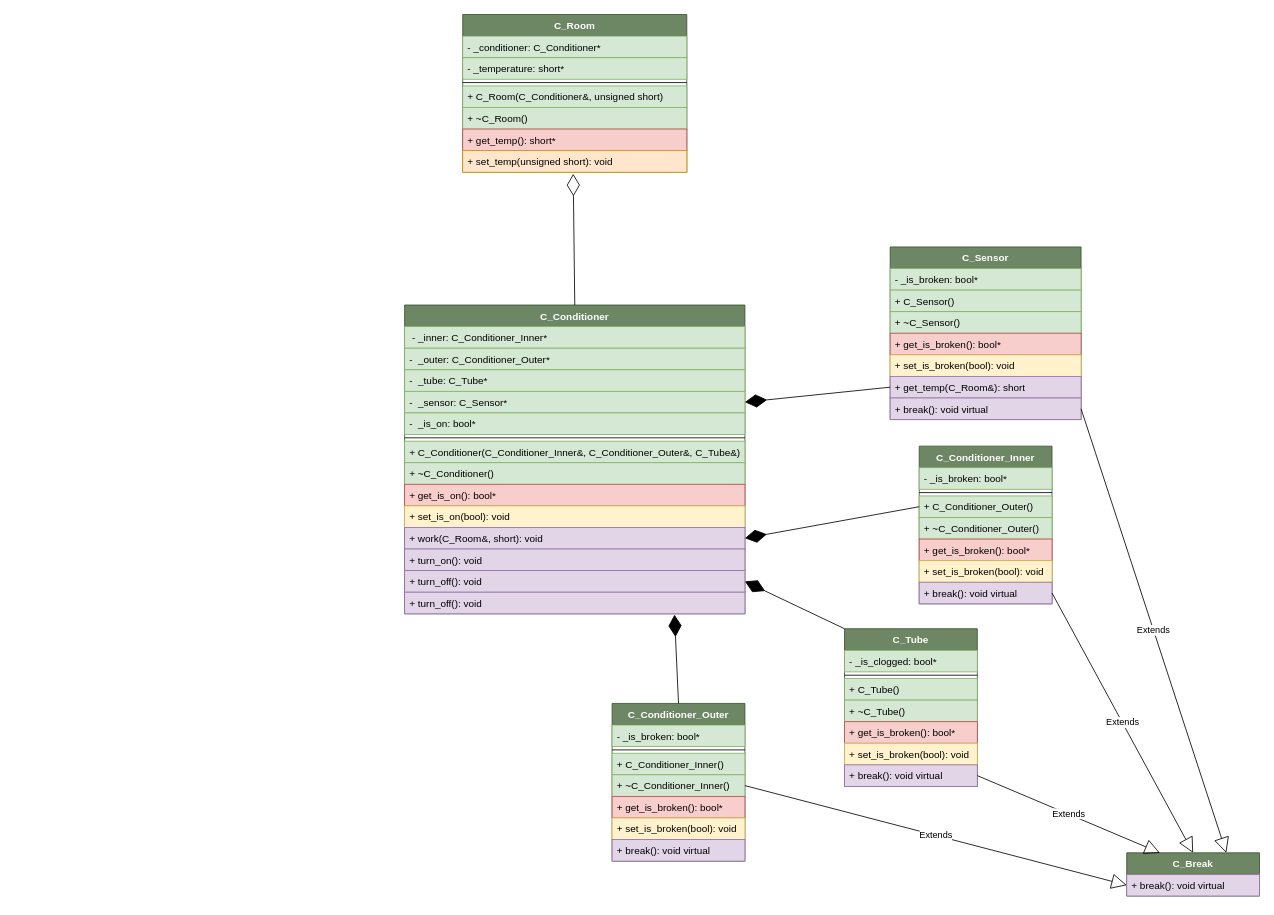
Above: Exam_Classes.drawio in IgorIgnatiev/Drawio (draw.io), before the change. Source tidied: cells renumbered, new cells numbered last; positions are measured from the earlier drawing's top-left corner, leaving out a move shared by most shapes. Both pictures are drawn from the tidied source at 83%, with x=0, y=0 at pixel (404, 14).
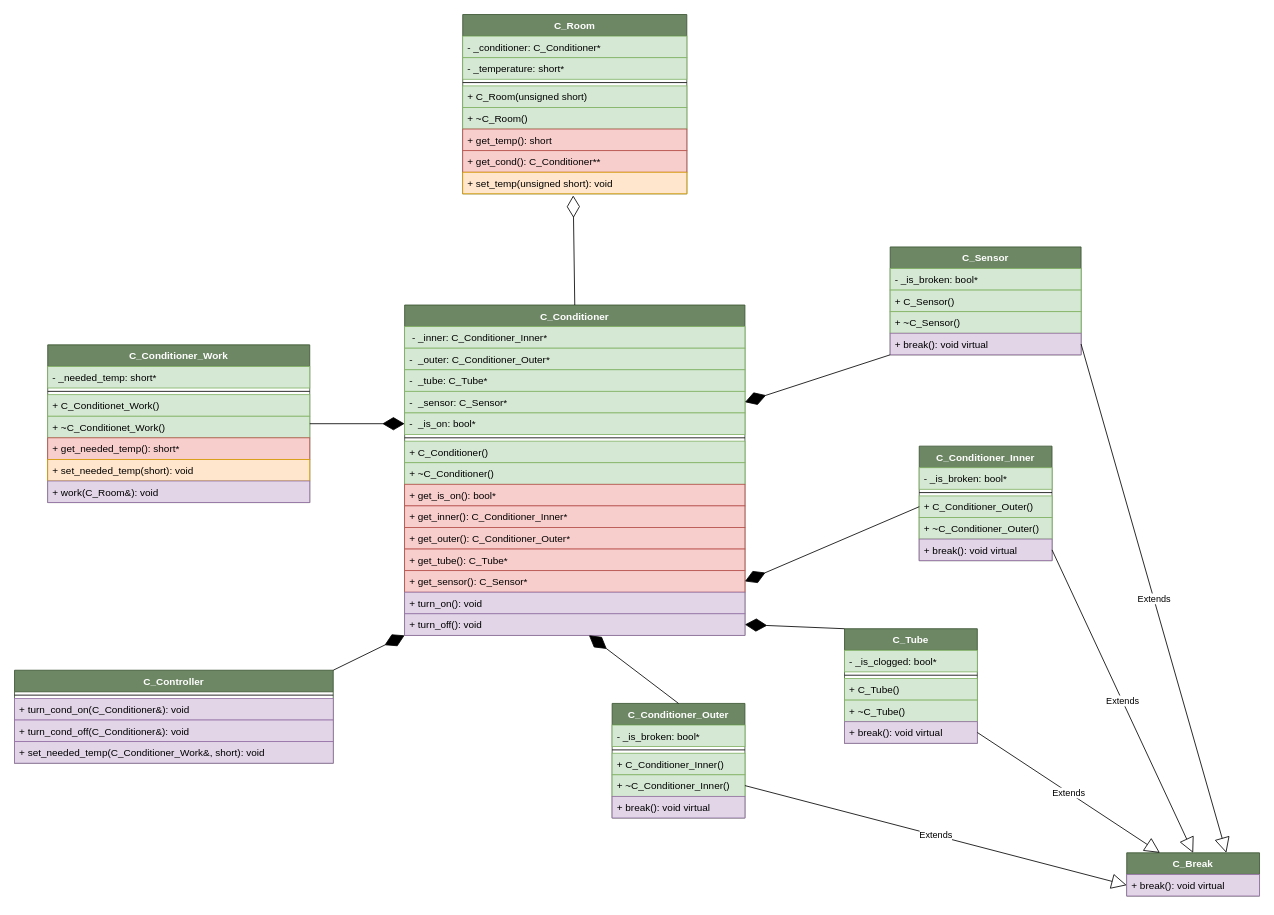
Above is the later version.

Unchanged cells that the change refers to:
```xml
<mxCell id="29" value="+ C_Conditioner_Outer()" style="text;strokeColor=#82b366;fillColor=#d5e8d4;align=left;verticalAlign=top;spacingLeft=4;spacingRight=4;overflow=hidden;points=[[0,0.5],[1,0.5]];portConstraint=eastwest;" parent="26" vertex="1">
  <mxGeometry y="60" width="160" height="26" as="geometry" />
</mxCell>
<mxCell id="46" value="-  _sensor: C_Sensor*" style="text;strokeColor=#82b366;fillColor=#d5e8d4;align=left;verticalAlign=top;spacingLeft=4;spacingRight=4;overflow=hidden;points=[[0,0.5],[1,0.5]];portConstraint=eastwest;" parent="42" vertex="1">
  <mxGeometry y="104" width="410" height="26" as="geometry" />
</mxCell>
<mxCell id="47" value="-  _is_on: bool*" style="text;strokeColor=#82b366;fillColor=#d5e8d4;align=left;verticalAlign=top;spacingLeft=4;spacingRight=4;overflow=hidden;points=[[0,0.5],[1,0.5]];portConstraint=eastwest;" parent="42" vertex="1">
  <mxGeometry y="130" width="410" height="26" as="geometry" />
</mxCell>
```

Diff of the diagram source:
```diff
@@
     <mxCell id="2" value="C_Sensor" style="swimlane;fontStyle=1;align=center;verticalAlign=top;horizontal=1;startSize=26;fillColor=#6d8764;strokeColor=#3A5431;fontColor=#ffffff;" parent="1" vertex="1">
-      <mxGeometry x="585" y="280" width="230" height="208" as="geometry" />
+      <mxGeometry x="585" y="280" width="230" height="130" as="geometry" />
     </mxCell>
@@
-    <mxCell id="6" value="+ get_is_broken(): bool*" style="text;strokeColor=#b85450;fillColor=#f8cecc;align=left;verticalAlign=top;spacingLeft=4;spacingRight=4;overflow=hidden;" parent="2" vertex="1">
-      <mxGeometry y="104" width="230" height="26" as="geometry" />
-    </mxCell>
-    <mxCell id="7" value="+ set_is_broken(bool): void" style="text;strokeColor=#d6b656;fillColor=#fff2cc;align=left;verticalAlign=top;spacingLeft=4;spacingRight=4;overflow=hidden;" parent="2" vertex="1">
-      <mxGeometry y="130" width="230" height="26" as="geometry" />
-    </mxCell>
-    <mxCell id="8" value="+ get_temp(C_Room&amp;): short" style="text;strokeColor=#9673a6;fillColor=#e1d5e7;align=left;verticalAlign=top;spacingLeft=4;spacingRight=4;overflow=hidden;points=[[0,0.5],[1,0.5]];portConstraint=eastwest;" parent="2" vertex="1">
-      <mxGeometry y="156" width="230" height="26" as="geometry" />
-    </mxCell>
     <mxCell id="9" value="+ break(): void virtual" style="text;strokeColor=#9673a6;fillColor=#e1d5e7;align=left;verticalAlign=top;spacingLeft=4;spacingRight=4;overflow=hidden;points=[[0,0.5],[1,0.5]];portConstraint=eastwest;" parent="2" vertex="1">
-      <mxGeometry y="182" width="230" height="26" as="geometry" />
+      <mxGeometry y="104" width="230" height="26" as="geometry" />
     </mxCell>
     <mxCell id="10" value="C_Conditioner_Outer" style="swimlane;fontStyle=1;align=center;verticalAlign=top;horizontal=1;startSize=26;fillColor=#6d8764;strokeColor=#3A5431;fontColor=#ffffff;" parent="1" vertex="1">
-      <mxGeometry x="250" y="830" width="160" height="190" as="geometry" />
+      <mxGeometry x="250" y="830" width="160" height="138" as="geometry" />
     </mxCell>
@@
-    <mxCell id="15" value="+ get_is_broken(): bool*" style="text;strokeColor=#b85450;fillColor=#f8cecc;align=left;verticalAlign=top;spacingLeft=4;spacingRight=4;overflow=hidden;" parent="10" vertex="1">
-      <mxGeometry y="112" width="160" height="26" as="geometry" />
-    </mxCell>
-    <mxCell id="16" value="+ set_is_broken(bool): void" style="text;strokeColor=#d6b656;fillColor=#fff2cc;align=left;verticalAlign=top;spacingLeft=4;spacingRight=4;overflow=hidden;" parent="10" vertex="1">
-      <mxGeometry y="138" width="160" height="26" as="geometry" />
-    </mxCell>
     <mxCell id="17" value="+ break(): void virtual" style="text;strokeColor=#9673a6;fillColor=#e1d5e7;align=left;verticalAlign=top;spacingLeft=4;spacingRight=4;overflow=hidden;" parent="10" vertex="1">
-      <mxGeometry y="164" width="160" height="26" as="geometry" />
+      <mxGeometry y="112" width="160" height="26" as="geometry" />
     </mxCell>
     <mxCell id="18" value="C_Room" style="swimlane;fontStyle=1;align=center;verticalAlign=top;horizontal=1;startSize=26;fillColor=#6d8764;strokeColor=#3A5431;fontColor=#ffffff;" parent="1" vertex="1">
-      <mxGeometry x="70" width="270" height="190" as="geometry" />
+      <mxGeometry x="70" width="270" height="216" as="geometry" />
     </mxCell>
@@
-    <mxCell id="22" value="+ C_Room(C_Conditioner&amp;, unsigned short)" style="text;strokeColor=#82b366;fillColor=#d5e8d4;align=left;verticalAlign=top;spacingLeft=4;spacingRight=4;overflow=hidden;" parent="18" vertex="1">
+    <mxCell id="22" value="+ C_Room(unsigned short)" style="text;strokeColor=#82b366;fillColor=#d5e8d4;align=left;verticalAlign=top;spacingLeft=4;spacingRight=4;overflow=hidden;" parent="18" vertex="1">
       <mxGeometry y="86" width="270" height="26" as="geometry" />
     </mxCell>
@@
-    <mxCell id="24" value="+ get_temp(): short*" style="text;strokeColor=#b85450;fillColor=#f8cecc;align=left;verticalAlign=top;spacingLeft=4;spacingRight=4;overflow=hidden;" parent="18" vertex="1">
+    <mxCell id="24" value="+ get_temp(): short" style="text;strokeColor=#b85450;fillColor=#f8cecc;align=left;verticalAlign=top;spacingLeft=4;spacingRight=4;overflow=hidden;" parent="18" vertex="1">
       <mxGeometry y="138" width="270" height="26" as="geometry" />
     </mxCell>
+    <mxCell id="68" value="+ get_cond(): C_Conditioner**" style="text;strokeColor=#b85450;fillColor=#f8cecc;align=left;verticalAlign=top;spacingLeft=4;spacingRight=4;overflow=hidden;" parent="18" vertex="1">
+      <mxGeometry y="164" width="270" height="26" as="geometry" />
+    </mxCell>
     <mxCell id="25" value="+ set_temp(unsigned short): void" style="text;strokeColor=#d79b00;fillColor=#ffe6cc;align=left;verticalAlign=top;spacingLeft=4;spacingRight=4;overflow=hidden;points=[[0,0.5],[1,0.5]];portConstraint=eastwest;" parent="18" vertex="1">
-      <mxGeometry y="164" width="270" height="26" as="geometry" />
+      <mxGeometry y="190" width="270" height="26" as="geometry" />
     </mxCell>
     <mxCell id="26" value="C_Conditioner_Inner" style="swimlane;fontStyle=1;align=center;verticalAlign=top;horizontal=1;startSize=26;fillColor=#6d8764;strokeColor=#3A5431;fontColor=#ffffff;" parent="1" vertex="1">
-      <mxGeometry x="620" y="520" width="160" height="190" as="geometry" />
+      <mxGeometry x="620" y="520" width="160" height="138" as="geometry" />
     </mxCell>
@@
-    <mxCell id="31" value="+ get_is_broken(): bool*" style="text;strokeColor=#b85450;fillColor=#f8cecc;align=left;verticalAlign=top;spacingLeft=4;spacingRight=4;overflow=hidden;" parent="26" vertex="1">
-      <mxGeometry y="112" width="160" height="26" as="geometry" />
-    </mxCell>
-    <mxCell id="32" value="+ set_is_broken(bool): void" style="text;strokeColor=#d6b656;fillColor=#fff2cc;align=left;verticalAlign=top;spacingLeft=4;spacingRight=4;overflow=hidden;" parent="26" vertex="1">
-      <mxGeometry y="138" width="160" height="26" as="geometry" />
-    </mxCell>
     <mxCell id="33" value="+ break(): void virtual" style="text;strokeColor=#9673a6;fillColor=#e1d5e7;align=left;verticalAlign=top;spacingLeft=4;spacingRight=4;overflow=hidden;points=[[0,0.5],[1,0.5]];portConstraint=eastwest;" parent="26" vertex="1">
-      <mxGeometry y="164" width="160" height="26" as="geometry" />
+      <mxGeometry y="112" width="160" height="26" as="geometry" />
     </mxCell>
     <mxCell id="34" value="C_Tube" style="swimlane;fontStyle=1;align=center;verticalAlign=top;horizontal=1;startSize=26;fillColor=#6d8764;strokeColor=#3A5431;fontColor=#ffffff;" parent="1" vertex="1">
-      <mxGeometry x="530" y="740" width="160" height="190" as="geometry" />
+      <mxGeometry x="530" y="740" width="160" height="138" as="geometry" />
     </mxCell>
@@
-    <mxCell id="39" value="+ get_is_broken(): bool*" style="text;strokeColor=#b85450;fillColor=#f8cecc;align=left;verticalAlign=top;spacingLeft=4;spacingRight=4;overflow=hidden;" parent="34" vertex="1">
-      <mxGeometry y="112" width="160" height="26" as="geometry" />
-    </mxCell>
-    <mxCell id="40" value="+ set_is_broken(bool): void" style="text;strokeColor=#d6b656;fillColor=#fff2cc;align=left;verticalAlign=top;spacingLeft=4;spacingRight=4;overflow=hidden;" parent="34" vertex="1">
-      <mxGeometry y="138" width="160" height="26" as="geometry" />
-    </mxCell>
     <mxCell id="41" value="+ break(): void virtual" style="text;strokeColor=#9673a6;fillColor=#e1d5e7;align=left;verticalAlign=top;spacingLeft=4;spacingRight=4;overflow=hidden;points=[[0,0.5],[1,0.5]];portConstraint=eastwest;" parent="34" vertex="1">
-      <mxGeometry y="164" width="160" height="26" as="geometry" />
+      <mxGeometry y="112" width="160" height="26" as="geometry" />
     </mxCell>
     <mxCell id="42" value="C_Conditioner" style="swimlane;fontStyle=1;align=center;verticalAlign=top;horizontal=1;startSize=26;fillColor=#6d8764;strokeColor=#3A5431;fontColor=#ffffff;" parent="1" vertex="1">
-      <mxGeometry y="350" width="410" height="372" as="geometry" />
+      <mxGeometry y="350" width="410" height="398" as="geometry" />
     </mxCell>
@@
-    <mxCell id="49" value="+ C_Conditioner(C_Conditioner_Inner&amp;, C_Conditioner_Outer&amp;, C_Tube&amp;)" style="text;strokeColor=#82b366;fillColor=#d5e8d4;align=left;verticalAlign=top;spacingLeft=4;spacingRight=4;overflow=hidden;" parent="42" vertex="1">
+    <mxCell id="49" value="+ C_Conditioner()" style="text;strokeColor=#82b366;fillColor=#d5e8d4;align=left;verticalAlign=top;spacingLeft=4;spacingRight=4;overflow=hidden;" parent="42" vertex="1">
       <mxGeometry y="164" width="410" height="26" as="geometry" />
     </mxCell>
@@
-    <mxCell id="52" value="+ set_is_on(bool): void" style="text;strokeColor=#d6b656;fillColor=#fff2cc;align=left;verticalAlign=top;spacingLeft=4;spacingRight=4;overflow=hidden;" parent="42" vertex="1">
-      <mxGeometry y="242" width="410" height="26" as="geometry" />
-    </mxCell>
-    <mxCell id="53" value="+ work(C_Room&amp;, short): void" style="text;strokeColor=#9673a6;fillColor=#e1d5e7;align=left;verticalAlign=top;spacingLeft=4;spacingRight=4;overflow=hidden;points=[[0,0.5],[1,0.5]];portConstraint=eastwest;" parent="42" vertex="1">
-      <mxGeometry y="268" width="410" height="26" as="geometry" />
-    </mxCell>
+    <mxCell id="69" value="+ get_inner(): C_Conditioner_Inner*" style="text;strokeColor=#b85450;fillColor=#f8cecc;align=left;verticalAlign=top;spacingLeft=4;spacingRight=4;overflow=hidden;" parent="42" vertex="1">
+      <mxGeometry y="242" width="410" height="26" as="geometry" />
+    </mxCell>
+    <mxCell id="70" value="+ get_outer(): C_Conditioner_Outer*" style="text;strokeColor=#b85450;fillColor=#f8cecc;align=left;verticalAlign=top;spacingLeft=4;spacingRight=4;overflow=hidden;" parent="42" vertex="1">
+      <mxGeometry y="268" width="410" height="26" as="geometry" />
+    </mxCell>
+    <mxCell id="71" value="+ get_tube(): C_Tube*" style="text;strokeColor=#b85450;fillColor=#f8cecc;align=left;verticalAlign=top;spacingLeft=4;spacingRight=4;overflow=hidden;" parent="42" vertex="1">
+      <mxGeometry y="294" width="410" height="26" as="geometry" />
+    </mxCell>
+    <mxCell id="72" value="+ get_sensor(): C_Sensor*" style="text;strokeColor=#b85450;fillColor=#f8cecc;align=left;verticalAlign=top;spacingLeft=4;spacingRight=4;overflow=hidden;points=[[0,0.5],[1,0.5]];portConstraint=eastwest;" parent="42" vertex="1">
+      <mxGeometry y="320" width="410" height="26" as="geometry" />
+    </mxCell>
     <mxCell id="54" value="+ turn_on(): void" style="text;strokeColor=#9673a6;fillColor=#e1d5e7;align=left;verticalAlign=top;spacingLeft=4;spacingRight=4;overflow=hidden;" parent="42" vertex="1">
-      <mxGeometry y="294" width="410" height="26" as="geometry" />
+      <mxGeometry y="346" width="410" height="26" as="geometry" />
     </mxCell>
     <mxCell id="55" value="+ turn_off(): void" style="text;strokeColor=#9673a6;fillColor=#e1d5e7;align=left;verticalAlign=top;spacingLeft=4;spacingRight=4;overflow=hidden;points=[[0,0.5],[1,0.5]];portConstraint=eastwest;" parent="42" vertex="1">
-      <mxGeometry y="320" width="410" height="26" as="geometry" />
+      <mxGeometry y="372" width="410" height="26" as="geometry" />
     </mxCell>
-    <mxCell id="56" value="+ turn_off(): void" style="text;strokeColor=#9673a6;fillColor=#e1d5e7;align=left;verticalAlign=top;spacingLeft=4;spacingRight=4;overflow=hidden;points=[[0,0.5],[1,0.5]];portConstraint=eastwest;" parent="42" vertex="1">
-      <mxGeometry y="346" width="410" height="26" as="geometry" />
-    </mxCell>
-    <mxCell id="57" style="endArrow=diamondThin;endFill=1;endSize=24;html=1;exitX=0.5;exitY=0;exitDx=0;exitDy=0;entryX=0.793;entryY=1.038;entryDx=0;entryDy=0;entryPerimeter=0;" parent="1" edge="1" source="10" target="56">
+    <mxCell id="57" style="endArrow=diamondThin;endFill=1;endSize=24;html=1;exitX=0.5;exitY=0;exitDx=0;exitDy=0;" parent="1" edge="1" source="10" target="55">
       <mxGeometry relative="1" as="geometry" />
     </mxCell>
@@
-    <mxCell id="59" style="endArrow=diamondThin;endFill=1;endSize=24;html=1;exitX=0;exitY=0.5;exitDx=0;exitDy=0;entryX=1;entryY=0.5;entryDx=0;entryDy=0;" parent="1" edge="1" source="29" target="53">
+    <mxCell id="59" style="endArrow=diamondThin;endFill=1;endSize=24;html=1;exitX=0;exitY=0.5;exitDx=0;exitDy=0;entryX=1;entryY=0.5;entryDx=0;entryDy=0;" parent="1" edge="1" source="29" target="72">
       <mxGeometry relative="1" as="geometry" />
     </mxCell>
@@
-    <mxCell id="65" style="endArrow=diamondThin;endFill=1;endSize=24;html=1;exitX=0;exitY=0.5;exitDx=0;exitDy=0;entryX=1;entryY=0.5;entryDx=0;entryDy=0;" parent="1" edge="1" source="8" target="46">
+    <mxCell id="65" style="endArrow=diamondThin;endFill=1;endSize=24;html=1;exitX=0;exitY=1;exitDx=0;exitDy=0;entryX=1;entryY=0.5;entryDx=0;entryDy=0;" parent="1" edge="1" source="2" target="46">
       <mxGeometry relative="1" as="geometry" />
     </mxCell>
@@
+    <mxCell id="73" value="C_Conditioner_Work" style="swimlane;fontStyle=1;align=center;verticalAlign=top;horizontal=1;startSize=26;fillColor=#6d8764;strokeColor=#3A5431;fontColor=#ffffff;" parent="1" vertex="1">
+      <mxGeometry x="-430" y="398" width="315.7" height="190" as="geometry" />
+    </mxCell>
+    <mxCell id="74" value="- _needed_temp: short*" style="text;strokeColor=#82b366;fillColor=#d5e8d4;align=left;verticalAlign=top;spacingLeft=4;spacingRight=4;overflow=hidden;" parent="73" vertex="1">
+      <mxGeometry y="26" width="315.7" height="26" as="geometry" />
+    </mxCell>
+    <mxCell id="75" style="line;strokeWidth=1;fillColor=none;align=left;verticalAlign=middle;spacingTop=-1;spacingLeft=3;spacingRight=3;labelPosition=right;" parent="73" vertex="1">
+      <mxGeometry y="52" width="315.7" height="8" as="geometry" />
+    </mxCell>
+    <mxCell id="76" value="+ C_Conditionet_Work()" style="text;strokeColor=#82b366;fillColor=#d5e8d4;align=left;verticalAlign=top;spacingLeft=4;spacingRight=4;overflow=hidden;" parent="73" vertex="1">
+      <mxGeometry y="60" width="315.7" height="26" as="geometry" />
+    </mxCell>
+    <mxCell id="77" value="+ ~C_Conditionet_Work()" style="text;strokeColor=#82b366;fillColor=#d5e8d4;align=left;verticalAlign=top;spacingLeft=4;spacingRight=4;overflow=hidden;" parent="73" vertex="1">
+      <mxGeometry y="86" width="315.7" height="26" as="geometry" />
+    </mxCell>
+    <mxCell id="78" value="+ get_needed_temp(): short*" style="text;strokeColor=#b85450;fillColor=#f8cecc;align=left;verticalAlign=top;spacingLeft=4;spacingRight=4;overflow=hidden;" parent="73" vertex="1">
+      <mxGeometry y="112" width="315.7" height="26" as="geometry" />
+    </mxCell>
+    <mxCell id="79" value="+ set_needed_temp(short): void" style="text;strokeColor=#d79b00;fillColor=#ffe6cc;align=left;verticalAlign=top;spacingLeft=4;spacingRight=4;overflow=hidden;" parent="73" vertex="1">
+      <mxGeometry y="138" width="315.7" height="26" as="geometry" />
+    </mxCell>
+    <mxCell id="80" value="+ work(C_Room&amp;): void" style="text;strokeColor=#9673a6;fillColor=#e1d5e7;align=left;verticalAlign=top;spacingLeft=4;spacingRight=4;overflow=hidden;" parent="73" vertex="1">
+      <mxGeometry y="164" width="315.7" height="26" as="geometry" />
+    </mxCell>
+    <mxCell id="81" style="endArrow=diamondThin;endFill=1;endSize=24;html=1;exitX=1;exitY=0.5;exitDx=0;exitDy=0;entryX=0;entryY=0.5;entryDx=0;entryDy=0;" parent="1" edge="1" source="73" target="47">
+      <mxGeometry relative="1" as="geometry" />
+    </mxCell>
+    <mxCell id="82" value="C_Controller" style="swimlane;fontStyle=1;align=center;verticalAlign=top;horizontal=1;startSize=26;fillColor=#6d8764;strokeColor=#3A5431;fontColor=#ffffff;" parent="1" vertex="1">
+      <mxGeometry x="-470" y="790" width="384" height="112" as="geometry" />
+    </mxCell>
+    <mxCell id="83" style="line;strokeWidth=1;fillColor=none;align=left;verticalAlign=middle;spacingTop=-1;spacingLeft=3;spacingRight=3;labelPosition=right;" parent="82" vertex="1">
+      <mxGeometry y="26" width="384" height="8" as="geometry" />
+    </mxCell>
+    <mxCell id="84" value="+ turn_cond_on(C_Conditioner&amp;): void" style="text;strokeColor=#9673a6;fillColor=#e1d5e7;align=left;verticalAlign=top;spacingLeft=4;spacingRight=4;overflow=hidden;" parent="82" vertex="1">
+      <mxGeometry y="34" width="384" height="26" as="geometry" />
+    </mxCell>
+    <mxCell id="85" value="+ turn_cond_off(C_Conditioner&amp;): void" style="text;strokeColor=#9673a6;fillColor=#e1d5e7;align=left;verticalAlign=top;spacingLeft=4;spacingRight=4;overflow=hidden;" parent="82" vertex="1">
+      <mxGeometry y="60" width="384" height="26" as="geometry" />
+    </mxCell>
+    <mxCell id="86" value="+ set_needed_temp(C_Conditioner_Work&amp;, short): void" style="text;strokeColor=#9673a6;fillColor=#e1d5e7;align=left;verticalAlign=top;spacingLeft=4;spacingRight=4;overflow=hidden;" parent="82" vertex="1">
+      <mxGeometry y="86" width="384" height="26" as="geometry" />
+    </mxCell>
+    <mxCell id="87" style="endArrow=diamondThin;endFill=1;endSize=24;html=1;exitX=1;exitY=0;exitDx=0;exitDy=0;entryX=0;entryY=1;entryDx=0;entryDy=0;" parent="1" edge="1" source="82" target="42">
+      <mxGeometry relative="1" as="geometry" />
+    </mxCell>
```
